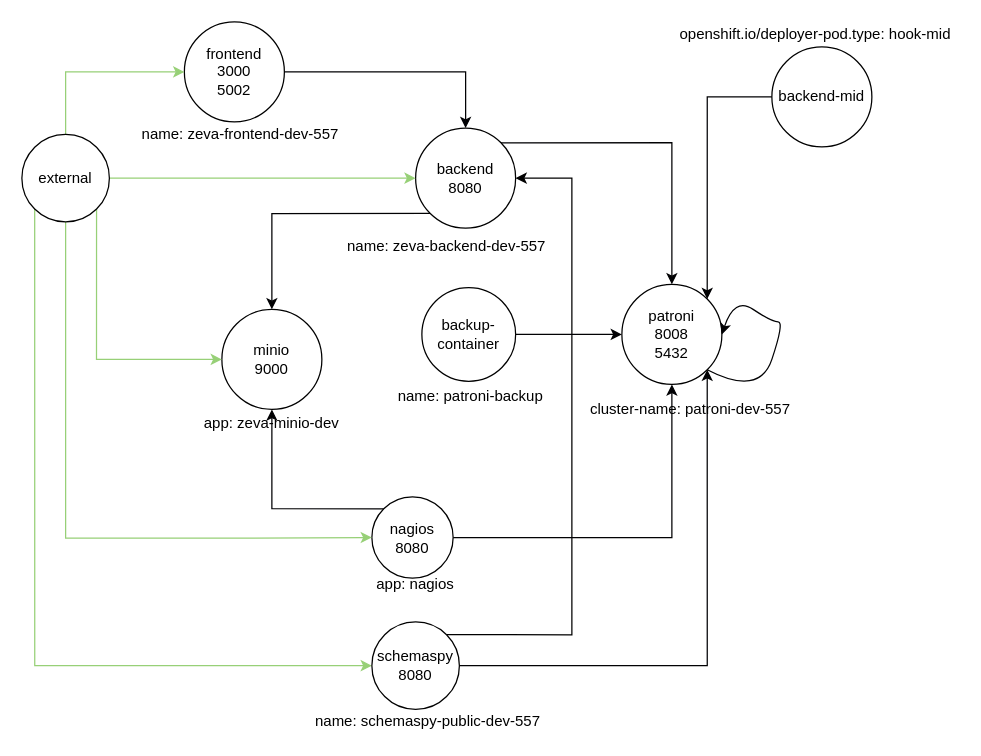
Earlier version of the draw.io diagram openshift/templates/knp/knp-diagram.drawio (bcgov/cthub). Source tidied: cells renumbered, new cells numbered last; positions are measured from the earlier drawing's top-left corner, leaving out a move shared by most shapes. Both pictures are drawn from the tidied source at 125%, with x=0, y=0 at pixel (21, 21).
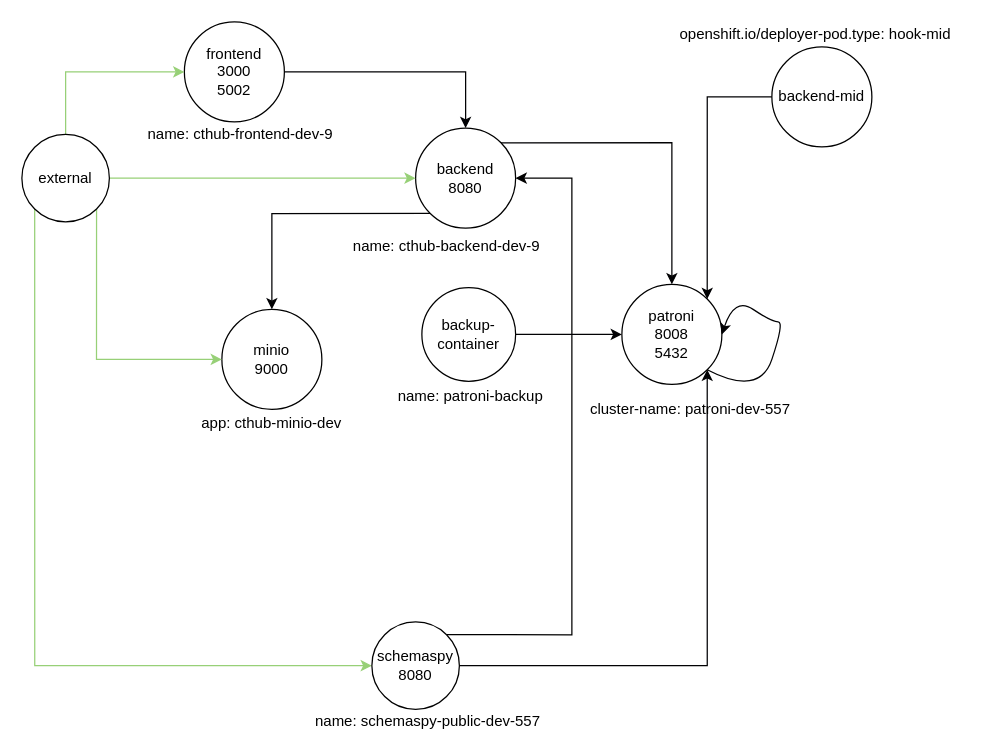
After the change.

Unchanged cells that the change refers to:
```xml
<mxCell id="7" value="patroni&lt;br&gt;8008&lt;br&gt;5432" style="ellipse;whiteSpace=wrap;html=1;" parent="1" vertex="1">
  <mxGeometry x="480" y="210" width="80" height="80" as="geometry" />
</mxCell>
<mxCell id="14" value="minio&lt;br&gt;9000" style="ellipse;whiteSpace=wrap;html=1;" parent="1" vertex="1">
  <mxGeometry x="160" y="230" width="80" height="80" as="geometry" />
</mxCell>
<mxCell id="20" value="external" style="ellipse;whiteSpace=wrap;html=1;" parent="1" vertex="1">
  <mxGeometry y="90" width="70" height="70" as="geometry" />
</mxCell>
```

The edit, as a diff of the source:
```diff
@@
-    <mxCell id="11" style="edgeStyle=orthogonalEdgeStyle;rounded=0;jettySize=auto;html=1;entryX=0.5;entryY=1;entryDx=0;entryDy=0;exitX=0;exitY=0;exitDx=0;exitDy=0;strokeColor=#010103;" parent="1" edge="1" source="13" target="14">
-      <mxGeometry relative="1" as="geometry" />
-    </mxCell>
-    <mxCell id="12" style="edgeStyle=orthogonalEdgeStyle;rounded=0;jettySize=auto;html=1;entryX=0.5;entryY=1;entryDx=0;entryDy=0;strokeColor=#010103;" parent="1" edge="1" source="13" target="7">
-      <mxGeometry relative="1" as="geometry" />
-    </mxCell>
-    <mxCell id="13" value="nagios&lt;br&gt;8080" style="ellipse;whiteSpace=wrap;html=1;" parent="1" vertex="1">
-      <mxGeometry x="280" y="380" width="65" height="65" as="geometry" />
-    </mxCell>
@@
-    <mxCell id="17" style="edgeStyle=orthogonalEdgeStyle;rounded=0;jettySize=auto;html=1;entryX=0;entryY=0.5;entryDx=0;entryDy=0;strokeColor=#97D077;" parent="1" edge="1" source="20" target="13">
-      <mxGeometry relative="1" as="geometry">
-        <Array as="points">
-          <mxPoint x="35" y="413" />
-          <mxPoint x="175" y="413" />
-        </Array>
-      </mxGeometry>
-    </mxCell>
@@
-    <mxCell id="26" value="app: zeva-minio-dev" style="text;html=1;strokeColor=none;fillColor=none;align=center;verticalAlign=middle;whiteSpace=wrap;rounded=0;" parent="1" vertex="1">
+    <mxCell id="26" value="app: cthub-minio-dev" style="text;html=1;strokeColor=none;fillColor=none;align=center;verticalAlign=middle;whiteSpace=wrap;rounded=0;" parent="1" vertex="1">
       <mxGeometry x="125" y="310" width="150" height="22.5" as="geometry" />
     </mxCell>
-    <mxCell id="27" value="name: zeva-backend-dev-557" style="text;html=1;strokeColor=none;fillColor=none;align=center;verticalAlign=middle;whiteSpace=wrap;rounded=0;" parent="1" vertex="1">
+    <mxCell id="27" value="name: cthub-backend-dev-9" style="text;html=1;strokeColor=none;fillColor=none;align=center;verticalAlign=middle;whiteSpace=wrap;rounded=0;" parent="1" vertex="1">
       <mxGeometry x="250" y="170" width="180" height="20" as="geometry" />
     </mxCell>
@@
-    <mxCell id="31" value="app: nagios" style="text;html=1;strokeColor=none;fillColor=none;align=center;verticalAlign=middle;whiteSpace=wrap;rounded=0;" parent="1" vertex="1">
-      <mxGeometry x="270" y="440" width="90" height="20" as="geometry" />
-    </mxCell>
-    <mxCell id="32" value="name: zeva-frontend-dev-557" style="text;html=1;strokeColor=none;fillColor=none;align=center;verticalAlign=middle;whiteSpace=wrap;rounded=0;" parent="1" vertex="1">
+    <mxCell id="32" value="name: cthub-frontend-dev-9" style="text;html=1;strokeColor=none;fillColor=none;align=center;verticalAlign=middle;whiteSpace=wrap;rounded=0;" parent="1" vertex="1">
       <mxGeometry x="90" y="80" width="170" height="20" as="geometry" />
     </mxCell>
```
